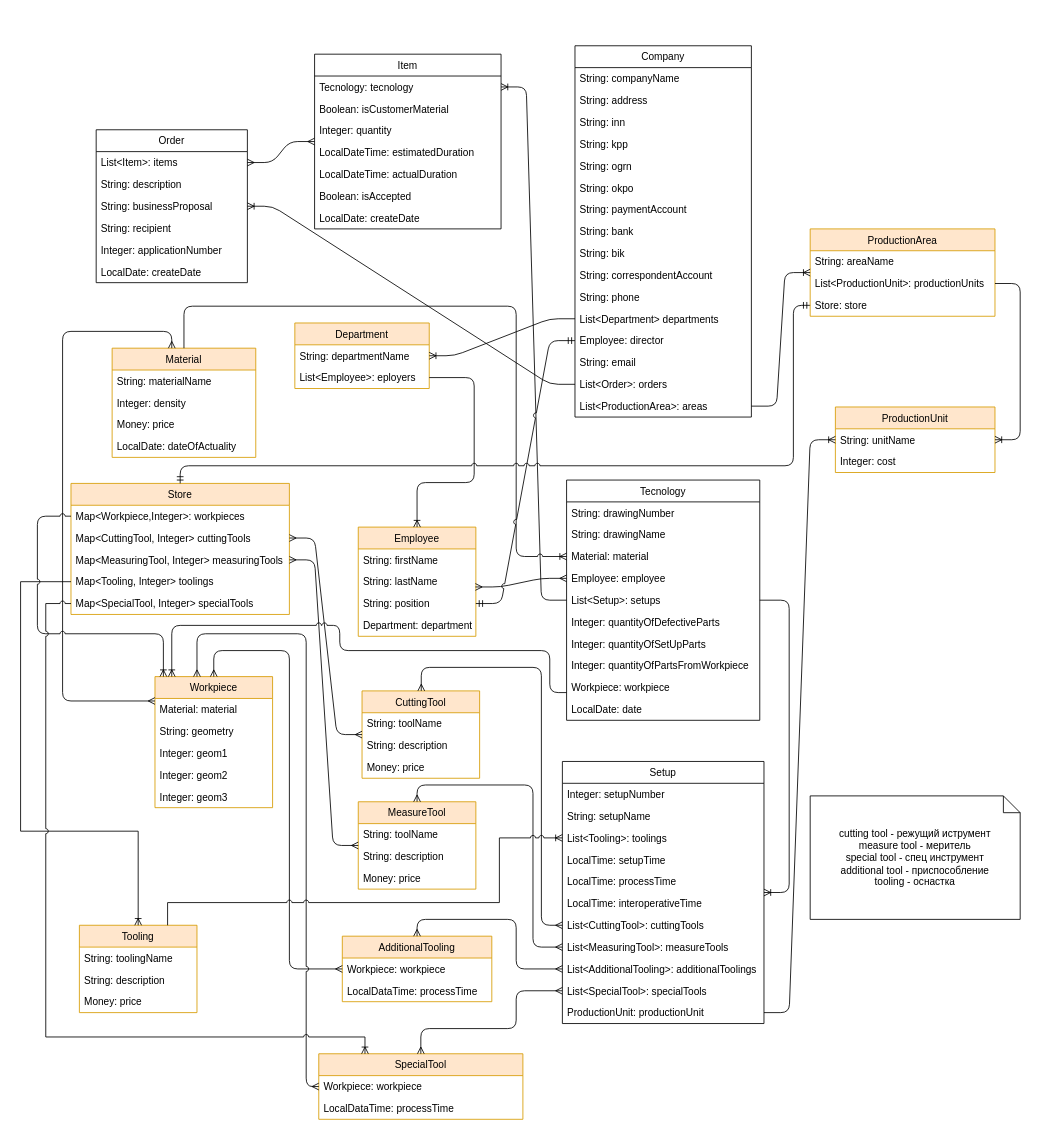
Above: erp.drawio in Shaman58/sfsb (draw.io), before the change. Source tidied: cells renumbered, new cells numbered last; positions are measured from the earlier drawing's top-left corner, leaving out a move shared by most shapes. Both pictures are drawn from the tidied source at 84%, with x=0, y=0 at pixel (20, 45).
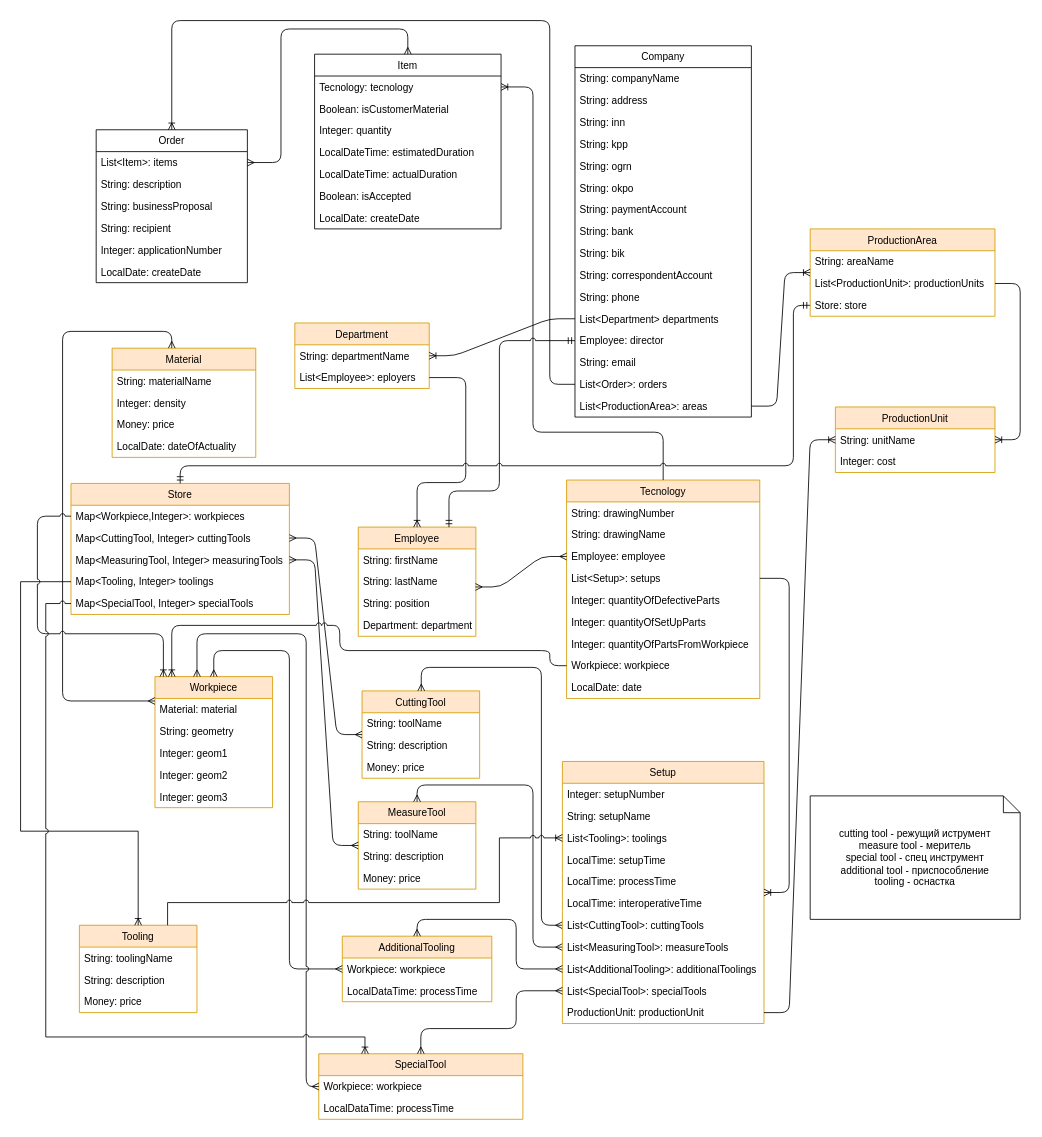
The same page after the edit.

The change refers to these unchanged cells:
```xml
<mxCell id="2" value="Order" style="swimlane;fontStyle=0;horizontal=1;startSize=26;fillColor=none;swimlaneLine=1;" parent="1" vertex="1">
  <mxGeometry x="90" y="100" width="180" height="182" as="geometry" />
</mxCell>
<mxCell id="3" value="List&lt;Item&gt;: items" style="text;strokeColor=none;fillColor=none;align=left;verticalAlign=top;spacingLeft=4;spacingRight=4;overflow=hidden;points=[[0,0.5],[1,0.5]];portConstraint=eastwest;" parent="2" vertex="1">
  <mxGeometry y="26" width="180" height="26" as="geometry" />
</mxCell>
<mxCell id="9" value="Item" style="swimlane;fontStyle=0;horizontal=1;startSize=26;fillColor=none;fontColor=#000000;direction=east;" parent="1" vertex="1">
  <mxGeometry x="350" y="10" width="222" height="208" as="geometry" />
</mxCell>
<mxCell id="10" value="Tecnology: tecnology" style="text;strokeColor=none;fillColor=none;align=left;verticalAlign=top;spacingLeft=4;spacingRight=4;overflow=hidden;points=[[0,0.5],[1,0.5]];portConstraint=eastwest;" parent="9" vertex="1">
  <mxGeometry y="26" width="222" height="26" as="geometry" />
</mxCell>
<mxCell id="30" value="Material" style="swimlane;fontStyle=0;horizontal=1;startSize=26;fillColor=#ffe6cc;fontSize=12;strokeColor=#d79b00;" parent="1" vertex="1">
  <mxGeometry x="109" y="360" width="171" height="130" as="geometry" />
</mxCell>
<mxCell id="36" value="Employee" style="swimlane;fontStyle=0;horizontal=1;startSize=26;fillColor=#ffe6cc;fontSize=12;strokeColor=#d79b00;" parent="1" vertex="1">
  <mxGeometry x="402" y="573" width="140" height="130" as="geometry" />
</mxCell>
<mxCell id="39" value="String: position" style="text;strokeColor=none;fillColor=none;align=left;verticalAlign=top;spacingLeft=4;spacingRight=4;overflow=hidden;points=[[0,0.5],[1,0.5]];portConstraint=eastwest;" parent="36" vertex="1">
  <mxGeometry y="78" width="140" height="26" as="geometry" />
</mxCell>
<mxCell id="44" value="List&lt;Employee&gt;: eployers" style="text;strokeColor=none;fillColor=none;align=left;verticalAlign=top;spacingLeft=4;spacingRight=4;overflow=hidden;points=[[0,0.5],[1,0.5]];portConstraint=eastwest;" parent="42" vertex="1">
  <mxGeometry y="52" width="160" height="26" as="geometry" />
</mxCell>
<mxCell id="59" value="Employee: director" style="text;strokeColor=none;fillColor=none;align=left;verticalAlign=top;spacingLeft=4;spacingRight=4;overflow=hidden;points=[[0,0.5],[1,0.5]];portConstraint=eastwest;" parent="46" vertex="1">
  <mxGeometry y="338" width="210" height="26" as="geometry" />
</mxCell>
<mxCell id="61" value="List&lt;Order&gt;: orders" style="text;strokeColor=none;fillColor=none;align=left;verticalAlign=top;spacingLeft=4;spacingRight=4;overflow=hidden;points=[[0,0.5],[1,0.5]];portConstraint=eastwest;" parent="46" vertex="1">
  <mxGeometry y="390" width="210" height="26" as="geometry" />
</mxCell>
<mxCell id="84" value="Workpiece" style="swimlane;fontStyle=0;horizontal=1;startSize=26;fillColor=#ffe6cc;fontSize=12;strokeColor=#d79b00;" parent="1" vertex="1">
  <mxGeometry x="160" y="751" width="140" height="156" as="geometry" />
</mxCell>
```

What changed in the source:
```diff
@@
-    <mxCell id="17" style="edgeStyle=entityRelationEdgeStyle;fontSize=12;html=1;endArrow=ERmany;startArrow=ERmany;exitX=1;exitY=0.5;exitDx=0;exitDy=0;" parent="1" edge="1" source="3" target="9">
-      <mxGeometry relative="1" as="geometry" />
+    <mxCell id="17" style="edgeStyle=orthogonalEdgeStyle;fontSize=12;html=1;endArrow=ERmany;startArrow=ERmany;exitX=1;exitY=0.5;exitDx=0;exitDy=0;" parent="1" edge="1" source="3" target="9">
+      <mxGeometry relative="1" as="geometry">
+        <Array as="points">
+          <mxPoint x="310" y="139" />
+          <mxPoint x="310" y="-20" />
+          <mxPoint x="461" y="-20" />
+        </Array>
+      </mxGeometry>
     </mxCell>
-    <mxCell id="18" value="Tecnology" style="swimlane;fontStyle=0;horizontal=1;startSize=26;fillColor=none;fontSize=12;fontColor=#000000;glass=0;comic=0;" parent="1" vertex="1">
-      <mxGeometry x="650" y="517" width="230" height="286" as="geometry" />
+    <mxCell id="18" value="Tecnology" style="swimlane;fontStyle=0;horizontal=1;startSize=26;fillColor=#ffe6cc;fontSize=12;glass=0;comic=0;strokeColor=#d79b00;" parent="1" vertex="1">
+      <mxGeometry x="650" y="517" width="230" height="260" as="geometry" />
     </mxCell>
@@
-    <mxCell id="21" value="Material: material" style="text;strokeColor=none;fillColor=none;align=left;verticalAlign=top;spacingLeft=4;spacingRight=4;overflow=hidden;points=[[0,0.5],[1,0.5]];portConstraint=eastwest;" parent="18" vertex="1">
-      <mxGeometry y="78" width="230" height="26" as="geometry" />
-    </mxCell>
     <mxCell id="22" value="Employee: employee" style="text;strokeColor=none;fillColor=none;align=left;verticalAlign=top;spacingLeft=4;spacingRight=4;overflow=hidden;points=[[0,0.5],[1,0.5]];portConstraint=eastwest;" parent="18" vertex="1">
-      <mxGeometry y="104" width="230" height="26" as="geometry" />
+      <mxGeometry y="78" width="230" height="26" as="geometry" />
     </mxCell>
     <mxCell id="23" value="List&lt;Setup&gt;: setups" style="text;strokeColor=none;fillColor=none;align=left;verticalAlign=top;spacingLeft=4;spacingRight=4;overflow=hidden;points=[[0,0.5],[1,0.5]];portConstraint=eastwest;" parent="18" vertex="1">
-      <mxGeometry y="130" width="230" height="26" as="geometry" />
+      <mxGeometry y="104" width="230" height="26" as="geometry" />
     </mxCell>
     <mxCell id="24" value="Integer: quantityOfDefectiveParts" style="text;strokeColor=none;fillColor=none;align=left;verticalAlign=top;spacingLeft=4;spacingRight=4;overflow=hidden;" parent="18" vertex="1">
-      <mxGeometry y="156" width="230" height="26" as="geometry" />
+      <mxGeometry y="130" width="230" height="26" as="geometry" />
     </mxCell>
     <mxCell id="25" value="Integer: quantityOfSetUpParts" style="text;strokeColor=none;fillColor=none;align=left;verticalAlign=top;spacingLeft=4;spacingRight=4;overflow=hidden;" parent="18" vertex="1">
-      <mxGeometry y="182" width="230" height="26" as="geometry" />
+      <mxGeometry y="156" width="230" height="26" as="geometry" />
     </mxCell>
     <mxCell id="26" value="Integer: quantityOfPartsFromWorkpiece" style="text;strokeColor=none;fillColor=none;align=left;verticalAlign=top;spacingLeft=4;spacingRight=4;overflow=hidden;" parent="18" vertex="1">
-      <mxGeometry y="208" width="230" height="26" as="geometry" />
+      <mxGeometry y="182" width="230" height="26" as="geometry" />
     </mxCell>
     <mxCell id="27" value="Workpiece: workpiece" style="text;strokeColor=none;fillColor=none;align=left;verticalAlign=top;spacingLeft=4;spacingRight=4;overflow=hidden;points=[[0,0.5],[1,0.5]];portConstraint=eastwest;" parent="18" vertex="1">
-      <mxGeometry y="234" width="230" height="26" as="geometry" />
+      <mxGeometry y="208" width="230" height="26" as="geometry" />
     </mxCell>
     <mxCell id="28" value="LocalDate: date" style="text;strokeColor=none;fillColor=none;align=left;verticalAlign=top;spacingLeft=4;spacingRight=4;overflow=hidden;" parent="18" vertex="1">
-      <mxGeometry y="260" width="230" height="26" as="geometry" />
+      <mxGeometry y="234" width="230" height="26" as="geometry" />
     </mxCell>
-    <mxCell id="29" style="edgeStyle=entityRelationEdgeStyle;fontSize=12;html=1;endArrow=ERoneToMany;jumpStyle=arc;" parent="1" edge="1" source="18" target="10">
-      <mxGeometry relative="1" as="geometry" />
+    <mxCell id="29" style="edgeStyle=orthogonalEdgeStyle;fontSize=12;html=1;endArrow=ERoneToMany;jumpStyle=arc;exitX=0.5;exitY=0;exitDx=0;exitDy=0;" parent="1" edge="1" source="18" target="10">
+      <mxGeometry relative="1" as="geometry">
+        <Array as="points">
+          <mxPoint x="765" y="460" />
+          <mxPoint x="610" y="460" />
+          <mxPoint x="610" y="49" />
+        </Array>
+      </mxGeometry>
     </mxCell>
@@
-    <mxCell id="35" style="edgeStyle=orthogonalEdgeStyle;fontSize=12;html=1;endArrow=ERoneToMany;jumpStyle=arc;" parent="1" edge="1" source="30" target="21">
-      <mxGeometry relative="1" as="geometry">
-        <Array as="points">
-          <mxPoint x="195" y="310" />
-          <mxPoint x="590" y="310" />
-          <mxPoint x="590" y="608" />
-        </Array>
-      </mxGeometry>
-    </mxCell>
@@
     <mxCell id="45" style="edgeStyle=orthogonalEdgeStyle;fontSize=12;html=1;endArrow=ERoneToMany;rounded=1;entryX=0.5;entryY=0;entryDx=0;entryDy=0;" parent="1" edge="1" source="44" target="36">
       <mxGeometry relative="1" as="geometry">
         <Array as="points">
-          <mxPoint x="540" y="395" />
-          <mxPoint x="540" y="520" />
+          <mxPoint x="530" y="395" />
+          <mxPoint x="530" y="520" />
           <mxPoint x="472" y="520" />
         </Array>
       </mxGeometry>
     </mxCell>
@@
-    <mxCell id="64" style="edgeStyle=entityRelationEdgeStyle;fontSize=12;html=1;endArrow=ERmandOne;startArrow=ERmandOne;entryX=0;entryY=0.5;entryDx=0;entryDy=0;exitX=1;exitY=0.5;exitDx=0;exitDy=0;jumpStyle=arc;verticalAlign=middle;" parent="1" edge="1" source="39" target="59">
-      <mxGeometry relative="1" as="geometry" />
+    <mxCell id="64" style="edgeStyle=orthogonalEdgeStyle;fontSize=12;html=1;endArrow=ERmandOne;startArrow=ERmandOne;entryX=0;entryY=0.5;entryDx=0;entryDy=0;jumpStyle=arc;verticalAlign=middle;" parent="1" edge="1" source="36" target="59">
+      <mxGeometry relative="1" as="geometry">
+        <Array as="points">
+          <mxPoint x="510" y="530" />
+          <mxPoint x="570" y="530" />
+          <mxPoint x="570" y="351" />
+        </Array>
+      </mxGeometry>
     </mxCell>
@@
-    <mxCell id="91" value="Setup" style="swimlane;fontStyle=0;horizontal=1;startSize=26;fillColor=none;fontSize=12;fontColor=#000000;" parent="1" vertex="1">
+    <mxCell id="91" value="Setup" style="swimlane;fontStyle=0;horizontal=1;startSize=26;fillColor=#ffe6cc;fontSize=12;strokeColor=#d79b00;" parent="1" vertex="1">
       <mxGeometry x="645" y="852" width="240" height="312" as="geometry" />
     </mxCell>
@@
     <mxCell id="103" style="edgeStyle=orthogonalEdgeStyle;fontSize=12;html=1;endArrow=ERoneToMany;shadow=0;strokeColor=#000000;jumpStyle=arc;" parent="1" edge="1" source="27" target="84">
       <mxGeometry relative="1" as="geometry">
         <Array as="points">
-          <mxPoint x="630" y="770" />
+          <mxPoint x="630" y="738" />
           <mxPoint x="630" y="720" />
           <mxPoint x="380" y="720" />
           <mxPoint x="380" y="690" />
           <mxPoint x="180" y="690" />
         </Array>
       </mxGeometry>
     </mxCell>
@@
-    <mxCell id="115" style="edgeStyle=entityRelationEdgeStyle;fontSize=12;html=1;endArrow=ERoneToMany;shadow=0;strokeColor=#000000;" parent="1" edge="1" source="61" target="2">
-      <mxGeometry relative="1" as="geometry" />
+    <mxCell id="115" style="edgeStyle=orthogonalEdgeStyle;fontSize=12;html=1;endArrow=ERoneToMany;shadow=0;strokeColor=#000000;" parent="1" edge="1" source="61" target="2">
+      <mxGeometry relative="1" as="geometry">
+        <Array as="points">
+          <mxPoint x="630" y="403" />
+          <mxPoint x="630" y="-30" />
+          <mxPoint x="180" y="-30" />
+        </Array>
+      </mxGeometry>
     </mxCell>
```
